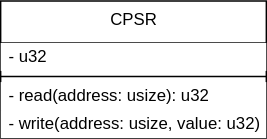
Earlier version of the draw.io export images/class.drawio.svg (kk127/rust-gba). Source tidied: cells renumbered, new cells last; positions are measured from the earlier drawing's top-left corner, leaving out a move shared by most shapes.
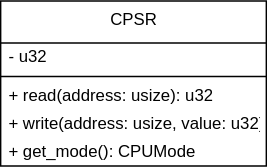
Later version of the same file.

The edit, as a diff of the source:
```diff
@@ -2,20 +2,23 @@
   <root>
     <mxCell id="0" />
     <mxCell id="1" parent="0" />
-    <mxCell id="2" value="CPSR" style="swimlane;fontStyle=0;align=center;verticalAlign=top;horizontal=1;startSize=30;html=1;" parent="1" vertex="1">
-      <mxGeometry width="190" height="98" as="geometry" />
+    <mxCell id="2" value="CPSR" style="swimlane;fontStyle=0;align=center;verticalAlign=top;horizontal=1;startSize=30;html=1;strokeOpacity=100;" parent="1" vertex="1">
+      <mxGeometry width="190" height="118" as="geometry" />
     </mxCell>
-    <mxCell id="3" value="- u32" style="text;html=1;strokeColor=none;fillColor=default;align=left;verticalAlign=middle;spacingLeft=4;spacingRight=4;overflow=hidden;" parent="2" vertex="1">
+    <mxCell id="3" value="- u32" style="text;html=1;strokeColor=none;fillColor=none;align=left;verticalAlign=middle;spacingLeft=4;spacingRight=4;overflow=hidden;" parent="2" vertex="1">
       <mxGeometry y="30" width="190" height="20" as="geometry" />
     </mxCell>
     <mxCell id="4" style="line;strokeWidth=1;fillColor=none;align=left;verticalAlign=middle;spacingTop=-1;spacingLeft=3;spacingRight=3;labelPosition=right;" parent="2" vertex="1">
       <mxGeometry y="50" width="190" height="8" as="geometry" />
     </mxCell>
-    <mxCell id="5" value="- read(address: usize): u32" style="text;html=1;strokeColor=none;fillColor=default;align=left;verticalAlign=middle;spacingLeft=4;spacingRight=4;overflow=hidden;" parent="2" vertex="1">
+    <mxCell id="5" value="+ read(address: usize): u32" style="text;html=1;strokeColor=none;fillColor=none;align=left;verticalAlign=middle;spacingLeft=4;spacingRight=4;overflow=hidden;" parent="2" vertex="1">
       <mxGeometry y="58" width="190" height="20" as="geometry" />
     </mxCell>
-    <mxCell id="6" value="- write(address: usize, value: u32)" style="text;html=1;strokeColor=none;fillColor=default;align=left;verticalAlign=middle;spacingLeft=4;spacingRight=4;overflow=hidden;" parent="2" vertex="1">
+    <mxCell id="6" value="+ write(address: usize, value: u32)" style="text;html=1;strokeColor=none;fillColor=none;align=left;verticalAlign=middle;spacingLeft=4;spacingRight=4;overflow=hidden;" parent="2" vertex="1">
       <mxGeometry y="78" width="190" height="20" as="geometry" />
     </mxCell>
+    <mxCell id="7" value="+ get_mode(): CPUMode" style="text;html=1;strokeColor=none;fillColor=none;align=left;verticalAlign=middle;spacingLeft=4;spacingRight=4;overflow=hidden;" parent="2" vertex="1">
+      <mxGeometry y="98" width="190" height="20" as="geometry" />
+    </mxCell>
   </root>
 </mxGraphModel>
```
